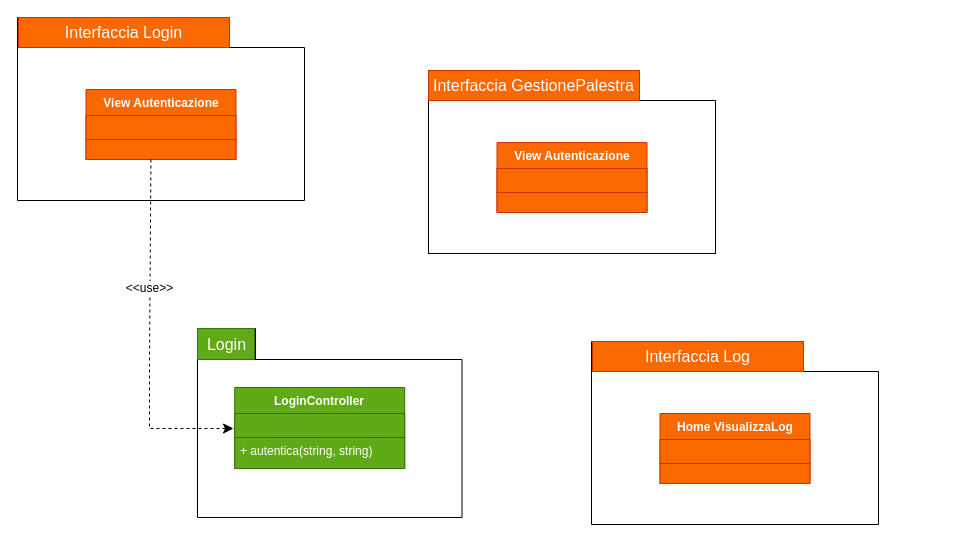
Earlier version of the draw.io diagram Diagrammi_Package/Login.drawio (JosephBoom02/Progetto_Ingegneria_del_Software). Source tidied: cells renumbered, new cells numbered last; positions are measured from the earlier drawing's top-left corner, leaving out a move shared by most shapes. Both pictures are drawn from the tidied source at 100%, with x=0, y=0 at pixel (17, 17).
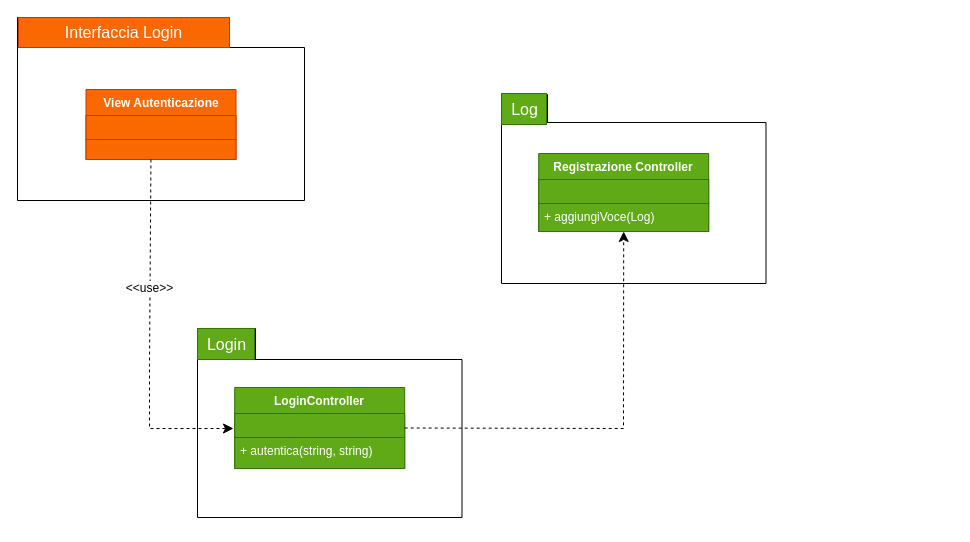
The same page after the edit.

The change refers to these unchanged cells:
```xml
<mxCell id="11" value="LoginController" style="swimlane;fontStyle=1;align=center;verticalAlign=top;horizontal=1;startSize=26;whiteSpace=wrap;html=1;fillColor=#60a917;fontColor=#ffffff;strokeColor=#2D7600;" parent="1" vertex="1">
  <mxGeometry x="217.2" y="370" width="170" height="81" as="geometry" />
</mxCell>
```

What changed in the source:
```diff
@@
-    <mxCell id="18" style="shape=folder;fontStyle=1;spacingTop=10;tabWidth=210;tabHeight=30;tabPosition=left;html=1;whiteSpace=wrap;" parent="1" vertex="1">
-      <mxGeometry x="411" y="53" width="287" height="183" as="geometry" />
-    </mxCell>
-    <mxCell id="19" value="&lt;font color=&quot;#ffffff&quot;&gt;Interfaccia GestionePalestra&lt;br&gt;&lt;/font&gt;" style="text;strokeColor=#C73500;fillColor=#fa6800;html=1;align=center;verticalAlign=middle;whiteSpace=wrap;rounded=0;fontSize=16;fontColor=#000000;" parent="1" vertex="1">
-      <mxGeometry x="411" y="53" width="211" height="30" as="geometry" />
-    </mxCell>
@@
-    <mxCell id="21" value="&lt;font color=&quot;#ffffff&quot;&gt;View Autenticazione&lt;br&gt;&lt;/font&gt;" style="swimlane;fontStyle=1;align=center;verticalAlign=top;horizontal=1;startSize=26;whiteSpace=wrap;html=1;fillColor=#fa6800;fontColor=#000000;strokeColor=#C73500;" parent="1" vertex="1">
-      <mxGeometry x="479.5" y="125" width="150" height="70" as="geometry" />
-    </mxCell>
-    <mxCell id="22" style="text;strokeColor=#C73500;fillColor=#fa6800;align=left;verticalAlign=top;spacingLeft=4;spacingRight=4;overflow=hidden;whiteSpace=wrap;html=1;fontColor=#000000;" parent="21" vertex="1">
-      <mxGeometry y="26" width="150" height="24" as="geometry" />
-    </mxCell>
-    <mxCell id="23" style="line;strokeWidth=1;fillColor=#fa6800;align=left;verticalAlign=middle;spacingTop=-1;spacingLeft=3;spacingRight=3;labelPosition=right;strokeColor=#FF8000;fontColor=#000000;" parent="21" vertex="1">
-      <mxGeometry y="50" width="150" as="geometry" />
-    </mxCell>
-    <mxCell id="24" value="&lt;div&gt;&lt;br&gt;&lt;/div&gt;&lt;div&gt;&lt;br&gt;&lt;/div&gt;" style="text;strokeColor=#C73500;fillColor=#fa6800;align=left;verticalAlign=top;spacingLeft=4;spacingRight=4;overflow=hidden;whiteSpace=wrap;html=1;fontColor=#000000;" parent="21" vertex="1">
-      <mxGeometry y="50" width="150" height="20" as="geometry" />
-    </mxCell>
-    <mxCell id="25" style="shape=folder;fontStyle=1;spacingTop=10;tabWidth=210;tabHeight=30;tabPosition=left;html=1;whiteSpace=wrap;" parent="1" vertex="1">
-      <mxGeometry x="574" y="324" width="287" height="183" as="geometry" />
-    </mxCell>
-    <mxCell id="26" value="&lt;font color=&quot;#ffffff&quot;&gt;Interfaccia Log&lt;/font&gt;" style="text;strokeColor=#C73500;fillColor=#fa6800;html=1;align=center;verticalAlign=middle;whiteSpace=wrap;rounded=0;fontSize=16;fontColor=#000000;" parent="1" vertex="1">
-      <mxGeometry x="575" y="324" width="211" height="30" as="geometry" />
-    </mxCell>
-    <mxCell id="27" style="edgeStyle=none;curved=1;rounded=0;orthogonalLoop=1;jettySize=auto;html=1;exitX=0.5;exitY=0;exitDx=0;exitDy=0;fontSize=12;startSize=8;endSize=8;" parent="1" edge="1">
-      <mxGeometry relative="1" as="geometry">
-        <mxPoint x="925" y="410" as="sourcePoint" />
-        <mxPoint x="925" y="410" as="targetPoint" />
-      </mxGeometry>
-    </mxCell>
-    <mxCell id="28" value="&lt;font color=&quot;#ffffff&quot;&gt;Home VisualizzaLog&lt;br&gt;&lt;/font&gt;" style="swimlane;fontStyle=1;align=center;verticalAlign=top;horizontal=1;startSize=26;whiteSpace=wrap;html=1;fillColor=#fa6800;fontColor=#000000;strokeColor=#C73500;" parent="1" vertex="1">
-      <mxGeometry x="642.5" y="396" width="150" height="70" as="geometry" />
-    </mxCell>
-    <mxCell id="29" style="text;strokeColor=#C73500;fillColor=#fa6800;align=left;verticalAlign=top;spacingLeft=4;spacingRight=4;overflow=hidden;whiteSpace=wrap;html=1;fontColor=#000000;" parent="28" vertex="1">
-      <mxGeometry y="26" width="150" height="24" as="geometry" />
-    </mxCell>
-    <mxCell id="30" style="line;strokeWidth=1;fillColor=#fa6800;align=left;verticalAlign=middle;spacingTop=-1;spacingLeft=3;spacingRight=3;labelPosition=right;strokeColor=#FF8000;fontColor=#000000;" parent="28" vertex="1">
-      <mxGeometry y="50" width="150" as="geometry" />
-    </mxCell>
-    <mxCell id="31" value="&lt;div&gt;&lt;br&gt;&lt;/div&gt;&lt;div&gt;&lt;br&gt;&lt;/div&gt;" style="text;strokeColor=#C73500;fillColor=#fa6800;align=left;verticalAlign=top;spacingLeft=4;spacingRight=4;overflow=hidden;whiteSpace=wrap;html=1;fontColor=#000000;" parent="28" vertex="1">
-      <mxGeometry y="50" width="150" height="20" as="geometry" />
-    </mxCell>
+    <mxCell id="32" style="shape=folder;fontStyle=1;spacingTop=10;tabWidth=46;tabHeight=28;tabPosition=left;html=1;whiteSpace=wrap;" parent="1" vertex="1">
+      <mxGeometry x="484" y="77" width="264.5" height="189" as="geometry" />
+    </mxCell>
+    <mxCell id="33" value="Log" style="text;html=1;align=center;verticalAlign=middle;fontSize=16;fillColor=#60a917;fontColor=#ffffff;strokeColor=#2D7600;" parent="1" vertex="1">
+      <mxGeometry x="484" y="76" width="45" height="31" as="geometry" />
+    </mxCell>
+    <mxCell id="34" value="Registrazione Controller" style="swimlane;fontStyle=1;align=center;verticalAlign=top;horizontal=1;startSize=26;whiteSpace=wrap;html=1;fillColor=#60a917;fontColor=#ffffff;strokeColor=#2D7600;" parent="1" vertex="1">
+      <mxGeometry x="521.2" y="136" width="170" height="78" as="geometry" />
+    </mxCell>
+    <mxCell id="35" style="text;strokeColor=#2D7600;fillColor=#60a917;align=left;verticalAlign=top;spacingLeft=4;spacingRight=4;overflow=hidden;whiteSpace=wrap;html=1;fontColor=#ffffff;" parent="34" vertex="1">
+      <mxGeometry y="26" width="170" height="24" as="geometry" />
+    </mxCell>
+    <mxCell id="36" style="line;strokeWidth=1;fillColor=#fa6800;align=left;verticalAlign=middle;spacingTop=-1;spacingLeft=3;spacingRight=3;labelPosition=right;strokeColor=#FF8000;fontColor=#000000;" parent="34" vertex="1">
+      <mxGeometry y="50" width="170" as="geometry" />
+    </mxCell>
+    <mxCell id="37" value="+ aggiungiVoce(Log)" style="text;strokeColor=#2D7600;fillColor=#60a917;align=left;verticalAlign=top;spacingLeft=4;spacingRight=4;overflow=hidden;whiteSpace=wrap;html=1;fontColor=#ffffff;" parent="34" vertex="1">
+      <mxGeometry y="50" width="170" height="28" as="geometry" />
+    </mxCell>
+    <mxCell id="38" style="edgeStyle=none;curved=0;rounded=0;jettySize=auto;html=1;exitX=1;exitY=0.5;exitDx=0;exitDy=0;fontSize=12;startSize=8;endSize=8;dashed=1;entryX=0.5;entryY=1;entryDx=0;entryDy=0;" parent="1" edge="1" source="11" target="34">
+      <mxGeometry relative="1" as="geometry">
+        <Array as="points">
+          <mxPoint x="606" y="411" />
+        </Array>
+      </mxGeometry>
+    </mxCell>
```
